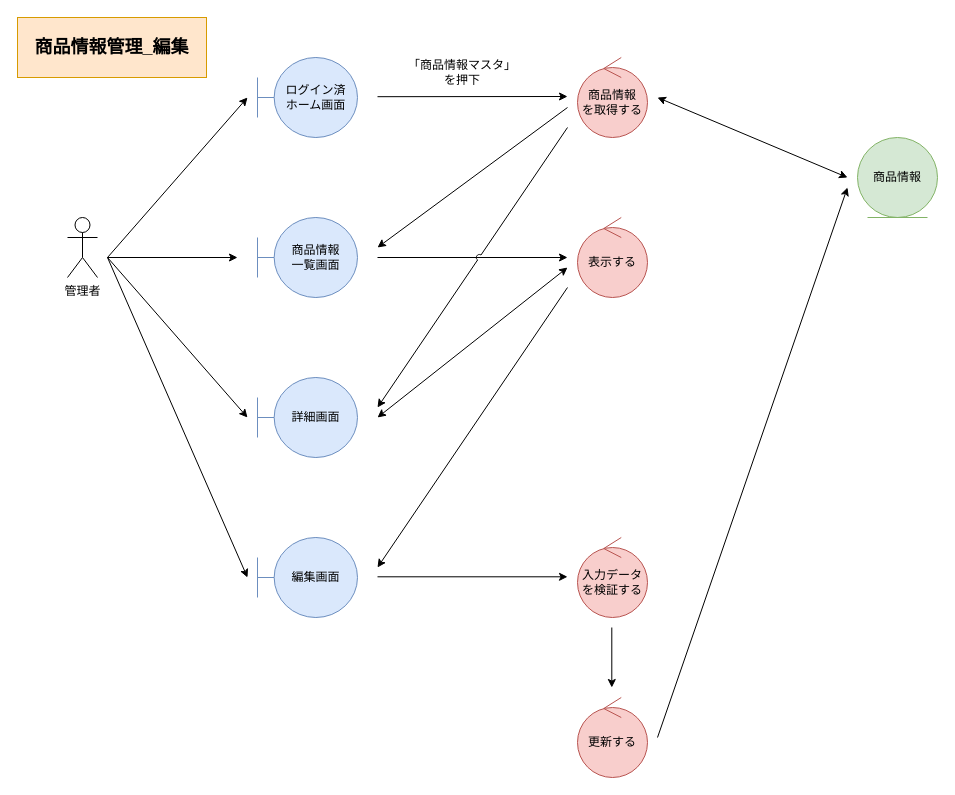
The draw.io diagram page "*商品情報管理_編集" (3 of 4) of 各種設計書/3ロバストネス図/マスタ管理/4.商品情報マスタ.drawio in HaruShim/Sotuken, before the edit. Source tidied: cells renumbered, new cells numbered last; positions are measured from the earlier drawing's top-left corner, leaving out a move shared by most shapes. Both pictures are drawn from the tidied source at 100%, with x=0, y=0 at pixel (17, 17).
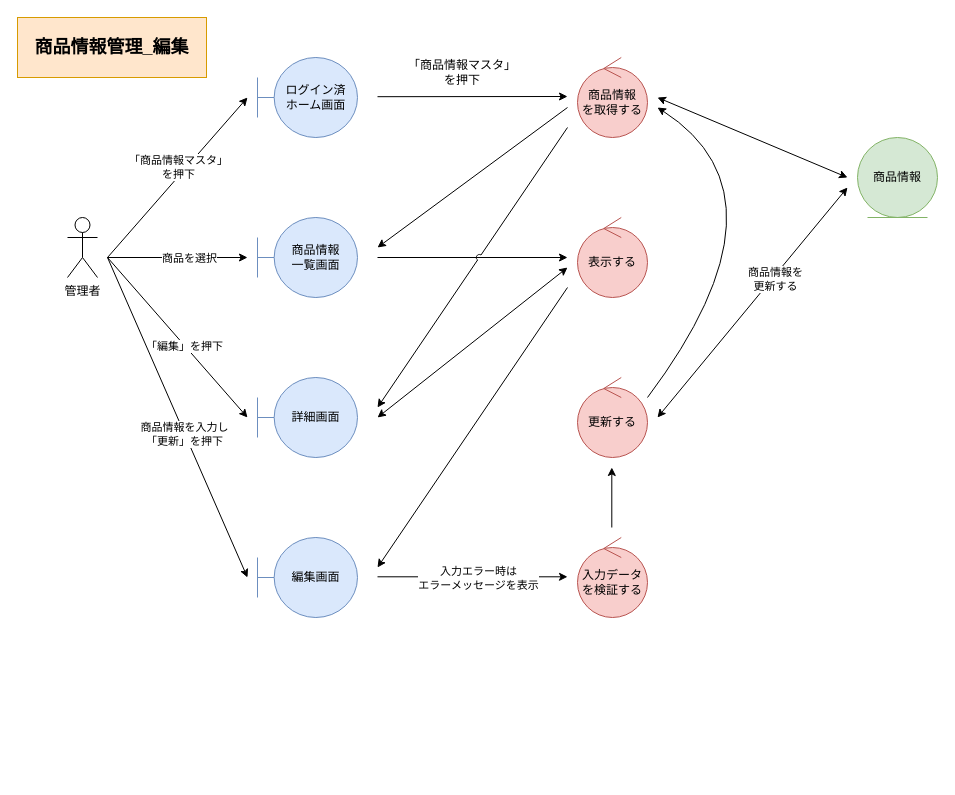
The same diagram, later.

The change refers to these unchanged cells:
```xml
<mxCell id="21" style="endArrow=none;html=1;rounded=0;jumpStyle=none;startArrow=classic;startFill=1;endFill=0;" parent="1" edge="1">
  <mxGeometry relative="1" as="geometry">
    <mxPoint x="550" y="559.3" as="sourcePoint" />
    <mxPoint x="360" y="559.3" as="targetPoint" />
  </mxGeometry>
</mxCell>
```

What changed in the source:
```diff
@@
-    <mxCell id="2" value="管理者" style="shape=umlActor;verticalLabelPosition=bottom;verticalAlign=top;html=1;" parent="1" vertex="1">
-      <mxGeometry x="50" y="200" width="30" height="60" as="geometry" />
-    </mxCell>
@@
-    <mxCell id="6" style="endArrow=classic;html=1;rounded=0;" parent="1" edge="1">
-      <mxGeometry relative="1" as="geometry">
-        <mxPoint x="90" y="240" as="sourcePoint" />
-        <mxPoint x="230" y="80" as="targetPoint" />
-      </mxGeometry>
-    </mxCell>
-    <mxCell id="7" style="endArrow=classic;html=1;rounded=0;" parent="1" edge="1">
-      <mxGeometry relative="1" as="geometry">
-        <mxPoint x="90" y="240" as="sourcePoint" />
-        <mxPoint x="220" y="240" as="targetPoint" />
-      </mxGeometry>
-    </mxCell>
-    <mxCell id="8" style="endArrow=classic;html=1;rounded=0;" parent="1" edge="1">
-      <mxGeometry relative="1" as="geometry">
-        <mxPoint x="90" y="240" as="sourcePoint" />
-        <mxPoint x="230" y="400" as="targetPoint" />
-      </mxGeometry>
-    </mxCell>
@@
-    <mxCell id="19" style="endArrow=classic;html=1;rounded=0;" parent="1" edge="1">
-      <mxGeometry relative="1" as="geometry">
-        <mxPoint x="90" y="240" as="sourcePoint" />
-        <mxPoint x="230" y="560" as="targetPoint" />
-      </mxGeometry>
-    </mxCell>
@@
+    <mxCell id="28" value="入力エラー時は&lt;br&gt;エラーメッセージを表示" style="edgeLabel;html=1;align=center;verticalAlign=middle;" parent="21" vertex="1">
+      <mxGeometry x="0.39" y="-1" relative="1" as="geometry">
+        <mxPoint x="42" y="2" as="offset" />
+      </mxGeometry>
+    </mxCell>
     <mxCell id="22" value="更新する" style="ellipse;shape=umlControl;whiteSpace=wrap;html=1;fillColor=#f8cecc;strokeColor=#b85450;" parent="1" vertex="1">
-      <mxGeometry x="560" y="680" width="70" height="80" as="geometry" />
+      <mxGeometry x="560" y="360" width="70" height="80" as="geometry" />
     </mxCell>
-    <mxCell id="23" style="endArrow=none;html=1;rounded=0;jumpStyle=none;startArrow=classic;startFill=1;endFill=0;" parent="1" edge="1">
+    <mxCell id="23" style="endArrow=classic;html=1;rounded=0;jumpStyle=none;startArrow=none;startFill=0;endFill=1;" parent="1" edge="1">
       <mxGeometry relative="1" as="geometry">
-        <mxPoint x="594.3" y="670" as="sourcePoint" />
-        <mxPoint x="594.3" y="610" as="targetPoint" />
+        <mxPoint x="594.3" y="510" as="sourcePoint" />
+        <mxPoint x="594.3" y="450" as="targetPoint" />
       </mxGeometry>
     </mxCell>
-    <mxCell id="24" style="endArrow=none;html=1;rounded=0;startArrow=classic;startFill=1;endFill=0;" parent="1" edge="1">
+    <mxCell id="24" style="endArrow=classic;html=1;rounded=0;startArrow=classic;startFill=1;endFill=1;" parent="1" edge="1">
       <mxGeometry relative="1" as="geometry">
         <mxPoint x="830" y="170" as="sourcePoint" />
-        <mxPoint x="640" y="720" as="targetPoint" />
+        <mxPoint x="640" y="400" as="targetPoint" />
       </mxGeometry>
     </mxCell>
+    <mxCell id="29" value="商品情報を&lt;br&gt;更新する" style="edgeLabel;html=1;align=center;verticalAlign=middle;" parent="24" vertex="1">
+      <mxGeometry x="-0.22" y="2" relative="1" as="geometry">
+        <mxPoint y="1" as="offset" />
+      </mxGeometry>
+    </mxCell>
@@
+    <mxCell id="2" value="管理者" style="shape=umlActor;verticalLabelPosition=bottom;verticalAlign=top;html=1;" parent="1" vertex="1">
+      <mxGeometry x="50" y="200" width="30" height="60" as="geometry" />
+    </mxCell>
+    <mxCell id="30" style="endArrow=classic;html=1;rounded=0;" parent="1" edge="1">
+      <mxGeometry relative="1" as="geometry">
+        <mxPoint x="90" y="240" as="sourcePoint" />
+        <mxPoint x="230" y="80" as="targetPoint" />
+      </mxGeometry>
+    </mxCell>
+    <mxCell id="31" value="「商品情報マスタ」&lt;br&gt;を押下" style="edgeLabel;html=1;align=center;verticalAlign=middle;" parent="30" vertex="1">
+      <mxGeometry x="-0.35" y="1" relative="1" as="geometry">
+        <mxPoint x="26" y="-38" as="offset" />
+      </mxGeometry>
+    </mxCell>
+    <mxCell id="32" style="endArrow=classic;html=1;rounded=0;" parent="1" edge="1">
+      <mxGeometry relative="1" as="geometry">
+        <mxPoint x="90" y="240" as="sourcePoint" />
+        <mxPoint x="230" y="400" as="targetPoint" />
+      </mxGeometry>
+    </mxCell>
+    <mxCell id="33" value="「編集」を押下" style="edgeLabel;html=1;align=center;verticalAlign=middle;" parent="32" vertex="1">
+      <mxGeometry x="0.1" y="-1" relative="1" as="geometry" />
+    </mxCell>
+    <mxCell id="34" style="endArrow=classic;html=1;rounded=0;" parent="1" edge="1">
+      <mxGeometry relative="1" as="geometry">
+        <mxPoint x="90" y="240" as="sourcePoint" />
+        <mxPoint x="230" y="240" as="targetPoint" />
+      </mxGeometry>
+    </mxCell>
+    <mxCell id="35" value="商品を選択" style="edgeLabel;html=1;align=center;verticalAlign=middle;" parent="34" vertex="1">
+      <mxGeometry x="0.47" y="1" relative="1" as="geometry">
+        <mxPoint x="-22" y="1" as="offset" />
+      </mxGeometry>
+    </mxCell>
+    <mxCell id="36" style="endArrow=classic;html=1;rounded=0;" parent="1" edge="1">
+      <mxGeometry relative="1" as="geometry">
+        <mxPoint x="90" y="240" as="sourcePoint" />
+        <mxPoint x="230" y="560" as="targetPoint" />
+      </mxGeometry>
+    </mxCell>
+    <mxCell id="37" value="商品情報を入力し&lt;br&gt;「更新」を押下" style="edgeLabel;html=1;align=center;verticalAlign=middle;" parent="36" vertex="1">
+      <mxGeometry x="0.1" y="-1" relative="1" as="geometry" />
+    </mxCell>
+    <mxCell id="38" style="curved=1;endArrow=classic;html=1;rounded=0;" parent="1" edge="1">
+      <mxGeometry relative="1" as="geometry">
+        <mxPoint x="630" y="380" as="sourcePoint" />
+        <mxPoint x="640" y="90" as="targetPoint" />
+        <Array as="points">
+          <mxPoint x="780" y="180" />
+        </Array>
+      </mxGeometry>
+    </mxCell>
```
